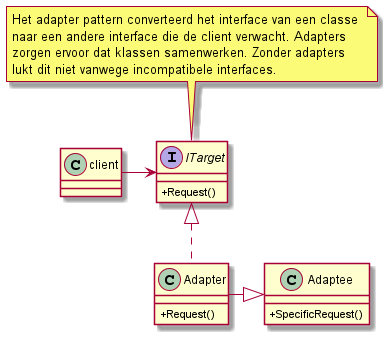
Earlier version of the PlantUML export img/img2/Adapter.png (Kaguya268/Kaguya268.github.io). Its diagram source:
```plantuml
@startuml Adapter
skinparam ClassAttributeIconSize 0
class client{}
Interface ITarget{
    +Request()
}
class Adapter{
    +Request()
}
class Adaptee{
    +SpecificRequest()
}

client -> ITarget
ITarget <|.. Adapter
Adapter -|> Adaptee

note top of ITarget{
    Het adapter pattern converteerd het interface van een classe
    naar een andere interface die de client verwacht. Adapters
    zorgen ervoor dat klassen samenwerken. Zonder adapters
    lukt dit niet vanwege incompatibele interfaces.
}

@enduml
```
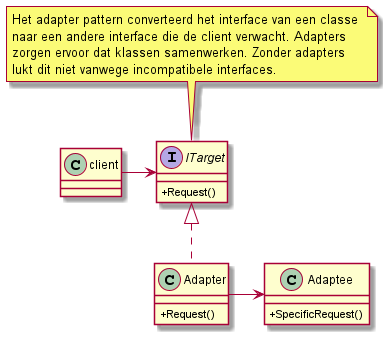
The same diagram one commit later.

The edit, as a diff of the source:
```diff
@@ -13,7 +13,7 @@
 
 client -> ITarget
 ITarget <|.. Adapter
-Adapter -|> Adaptee
+Adapter -> Adaptee
 
 note top of ITarget{
     Het adapter pattern converteerd het interface van een classe
```
